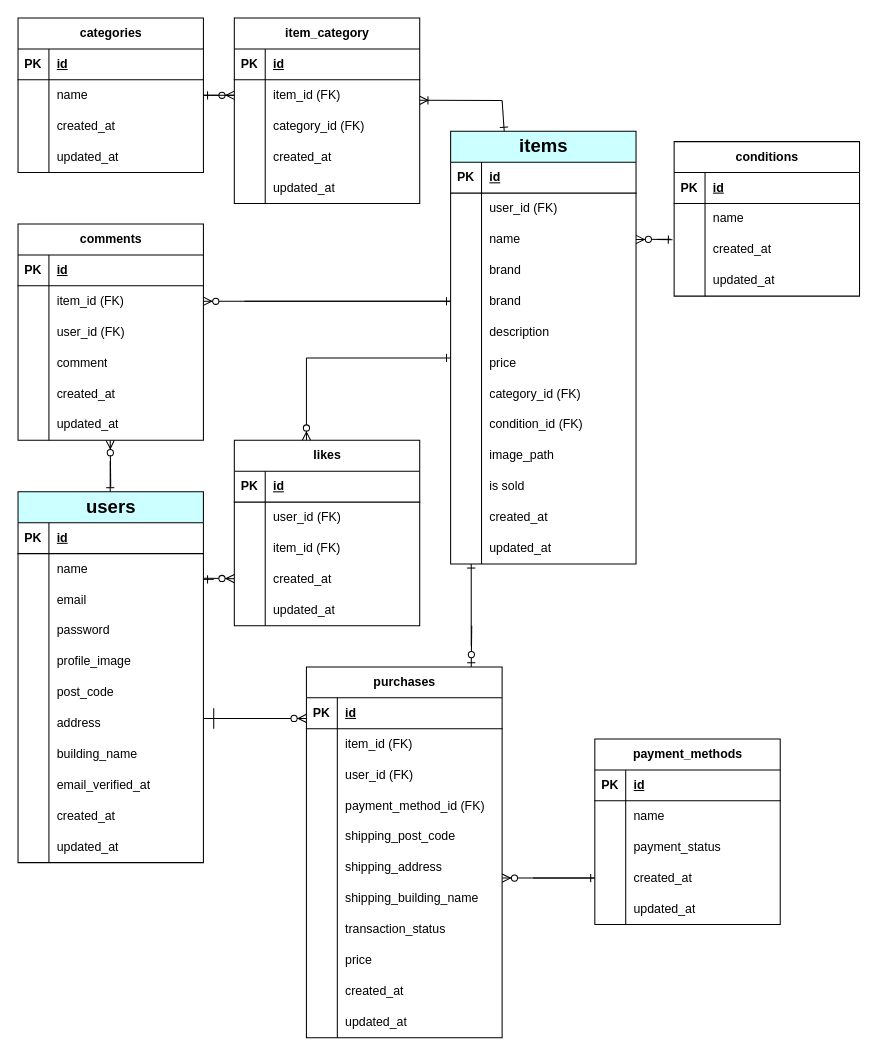
Before: er-diagram.drawio in hidama-rika/coachtech-pixel-market, a draw.io diagram. Source tidied: cells renumbered, new cells numbered last; positions are measured from the earlier drawing's top-left corner, leaving out a move shared by most shapes. Both pictures are drawn from the tidied source at 103%, with x=0, y=0 at pixel (18, 18).
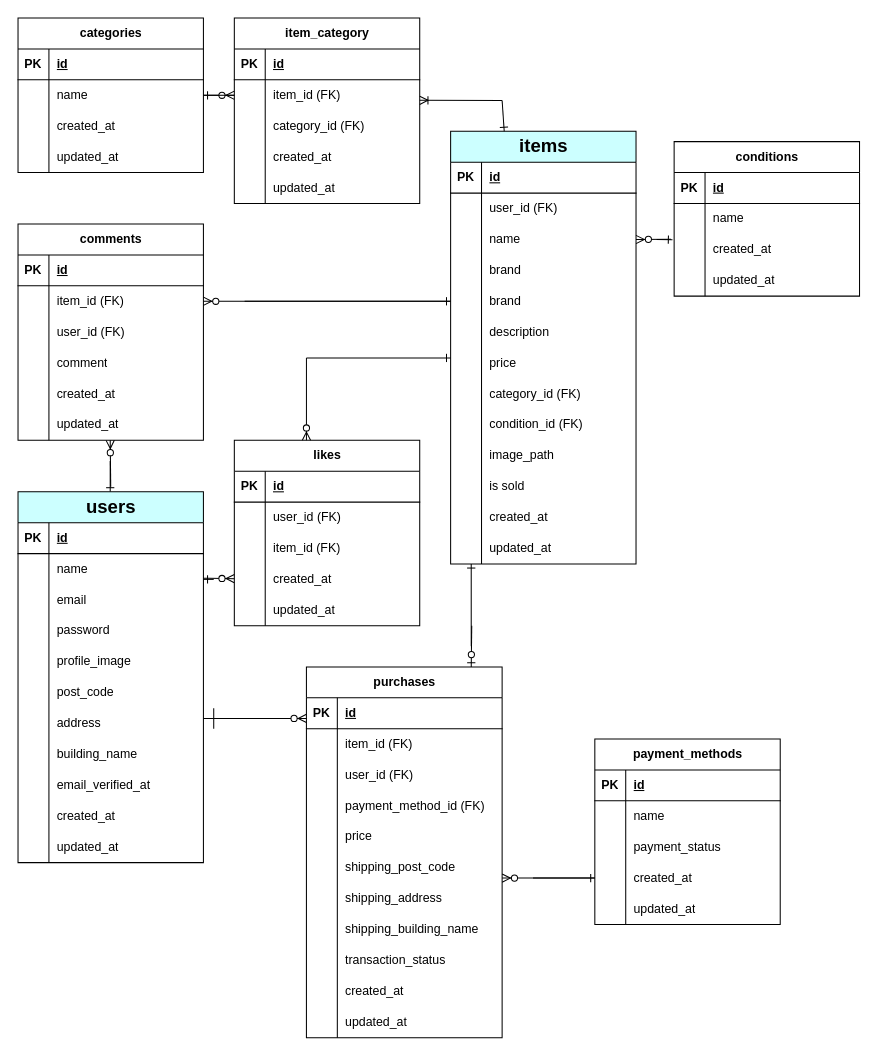
The same diagram, later.

The change refers to these unchanged cells:
```xml
<mxCell id="103" value="purchases" style="shape=table;startSize=30;childLayout=tableLayout;rowLines=0;fontStyle=1;align=center;html=1;" parent="1" vertex="1">
  <mxGeometry x="280" y="630" width="190" height="360" as="geometry" />
</mxCell>
```

Change to the diagram source:
```diff
@@
+    <mxCell id="224" style="shape=tableRow;horizontal=0;startSize=0;swimlaneHead=0;swimlaneBody=0;fillColor=none;top=0;left=0;right=0;bottom=0;" parent="103" vertex="1">
+      <mxGeometry y="150" width="190" height="30" as="geometry" />
+    </mxCell>
+    <mxCell id="129" style="shape=partialRectangle;fillColor=none;top=0;left=0;bottom=0;right=0;overflow=hidden;whiteSpace=wrap;html=1;" parent="224" vertex="1">
+      <mxGeometry width="30" height="30" as="geometry" />
+    </mxCell>
+    <mxCell id="130" value="price" style="shape=partialRectangle;fillColor=none;top=0;left=0;bottom=0;right=0;align=left;spacingLeft=6;overflow=hidden;whiteSpace=wrap;html=1;" parent="224" vertex="1">
+      <mxGeometry x="30" width="160" height="30" as="geometry" />
+    </mxCell>
     <mxCell id="116" style="shape=tableRow;horizontal=0;startSize=0;swimlaneHead=0;swimlaneBody=0;fillColor=none;top=0;left=0;right=0;bottom=0;" parent="103" vertex="1">
-      <mxGeometry y="150" width="190" height="30" as="geometry" />
+      <mxGeometry y="180" width="190" height="30" as="geometry" />
     </mxCell>
@@
     <mxCell id="119" style="shape=tableRow;horizontal=0;startSize=0;swimlaneHead=0;swimlaneBody=0;fillColor=none;top=0;left=0;right=0;bottom=0;" parent="103" vertex="1">
-      <mxGeometry y="180" width="190" height="30" as="geometry" />
+      <mxGeometry y="210" width="190" height="30" as="geometry" />
     </mxCell>
@@
     <mxCell id="122" style="shape=tableRow;horizontal=0;startSize=0;swimlaneHead=0;swimlaneBody=0;fillColor=none;top=0;left=0;right=0;bottom=0;" parent="103" vertex="1">
-      <mxGeometry y="210" width="190" height="30" as="geometry" />
+      <mxGeometry y="240" width="190" height="30" as="geometry" />
     </mxCell>
@@
     <mxCell id="125" style="shape=tableRow;horizontal=0;startSize=0;swimlaneHead=0;swimlaneBody=0;fillColor=none;top=0;left=0;right=0;bottom=0;" parent="103" vertex="1">
-      <mxGeometry y="240" width="190" height="30" as="geometry" />
+      <mxGeometry y="270" width="190" height="30" as="geometry" />
     </mxCell>
@@
-    <mxCell id="128" style="shape=tableRow;horizontal=0;startSize=0;swimlaneHead=0;swimlaneBody=0;fillColor=none;top=0;left=0;right=0;bottom=0;" parent="103" vertex="1">
-      <mxGeometry y="270" width="190" height="30" as="geometry" />
-    </mxCell>
-    <mxCell id="129" style="shape=partialRectangle;fillColor=none;top=0;left=0;bottom=0;right=0;overflow=hidden;whiteSpace=wrap;html=1;" parent="128" vertex="1">
-      <mxGeometry width="30" height="30" as="geometry" />
-    </mxCell>
-    <mxCell id="130" value="price" style="shape=partialRectangle;fillColor=none;top=0;left=0;bottom=0;right=0;align=left;spacingLeft=6;overflow=hidden;whiteSpace=wrap;html=1;" parent="128" vertex="1">
-      <mxGeometry x="30" width="160" height="30" as="geometry" />
-    </mxCell>
```
